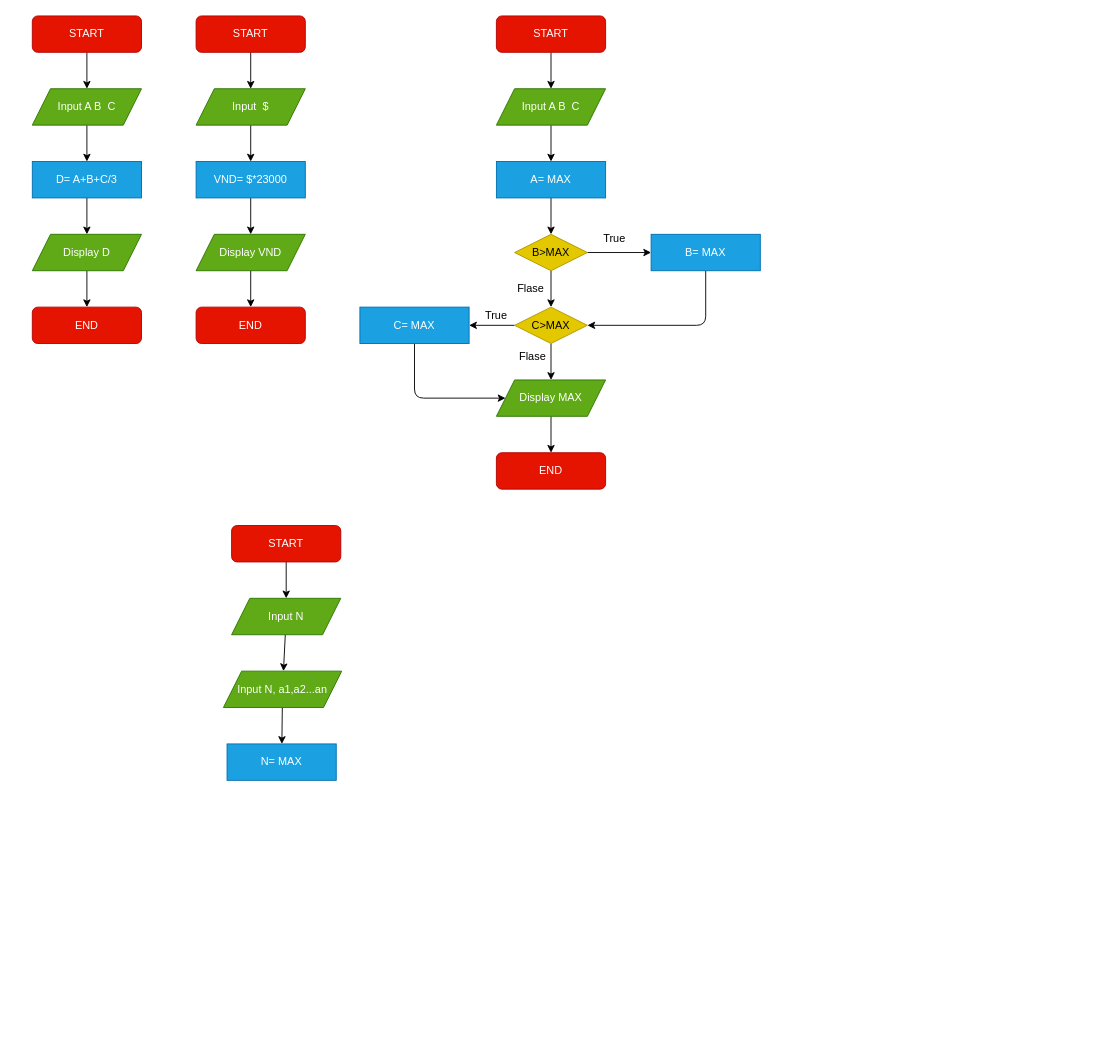
Above: convert.dio in HoangTB/Web-Front-end-Fundamental (draw.io), before the change. Source tidied: cells renumbered, new cells numbered last; positions are measured from the earlier drawing's top-left corner, leaving out a move shared by most shapes. Both pictures are drawn from the tidied source at 91%, with x=0, y=0 at pixel (32, 15).
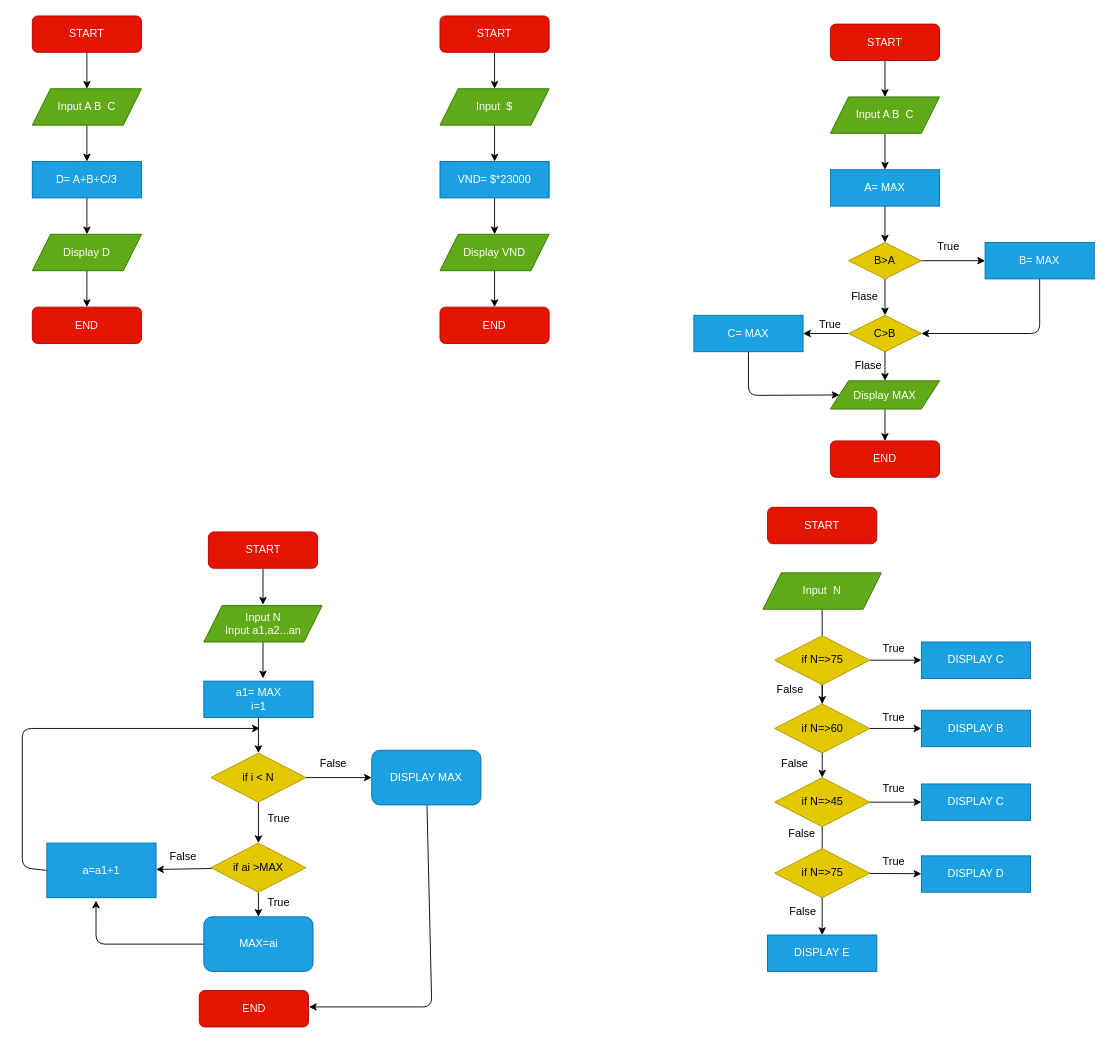
Above is the later version.

What changed in the source:
```diff
@@
     <mxCell id="12" value="START" style="rounded=1;whiteSpace=wrap;html=1;fillColor=#e51400;strokeColor=#B20000;fontColor=#ffffff;" parent="1" vertex="1">
-      <mxGeometry x="180" width="120" height="40" as="geometry" />
+      <mxGeometry x="448" width="120" height="40" as="geometry" />
     </mxCell>
@@
     <mxCell id="14" value="Input&amp;nbsp; $" style="shape=parallelogram;perimeter=parallelogramPerimeter;whiteSpace=wrap;html=1;fixedSize=1;strokeColor=#2D7600;fillColor=#60a917;fontColor=#ffffff;" parent="1" vertex="1">
-      <mxGeometry x="180" y="80" width="120" height="40" as="geometry" />
+      <mxGeometry x="448" y="80" width="120" height="40" as="geometry" />
     </mxCell>
@@
     <mxCell id="16" value="VND= $*23000" style="rounded=0;whiteSpace=wrap;html=1;strokeColor=#006EAF;fillColor=#1ba1e2;fontColor=#ffffff;" parent="1" vertex="1">
-      <mxGeometry x="180" y="160" width="120" height="40" as="geometry" />
+      <mxGeometry x="448" y="160" width="120" height="40" as="geometry" />
     </mxCell>
@@
     <mxCell id="18" value="Display VND" style="shape=parallelogram;perimeter=parallelogramPerimeter;whiteSpace=wrap;html=1;fixedSize=1;strokeColor=#2D7600;fillColor=#60a917;fontColor=#ffffff;" parent="1" vertex="1">
-      <mxGeometry x="180" y="240" width="120" height="40" as="geometry" />
+      <mxGeometry x="448" y="240" width="120" height="40" as="geometry" />
     </mxCell>
     <mxCell id="19" value="END" style="rounded=1;whiteSpace=wrap;html=1;fillColor=#e51400;strokeColor=#B20000;fontColor=#ffffff;" parent="1" vertex="1">
-      <mxGeometry x="180" y="320" width="120" height="40" as="geometry" />
+      <mxGeometry x="448" y="320" width="120" height="40" as="geometry" />
     </mxCell>
@@
     <mxCell id="21" value="START" style="rounded=1;whiteSpace=wrap;html=1;fillColor=#e51400;strokeColor=#B20000;fontColor=#ffffff;" parent="1" vertex="1">
-      <mxGeometry x="510" width="120" height="40" as="geometry" />
+      <mxGeometry x="877" y="9" width="120" height="40" as="geometry" />
     </mxCell>
@@
     <mxCell id="23" value="Input A B&amp;nbsp; C" style="shape=parallelogram;perimeter=parallelogramPerimeter;whiteSpace=wrap;html=1;fixedSize=1;strokeColor=#2D7600;fillColor=#60a917;fontColor=#ffffff;" parent="1" vertex="1">
-      <mxGeometry x="510" y="80" width="120" height="40" as="geometry" />
+      <mxGeometry x="877" y="89" width="120" height="40" as="geometry" />
     </mxCell>
@@
     <mxCell id="25" value="A= MAX" style="rounded=0;whiteSpace=wrap;html=1;strokeColor=#006EAF;fillColor=#1ba1e2;fontColor=#ffffff;" parent="1" vertex="1">
-      <mxGeometry x="510" y="160" width="120" height="40" as="geometry" />
+      <mxGeometry x="877" y="169" width="120" height="40" as="geometry" />
     </mxCell>
@@
-    <mxCell id="28" value="B&amp;gt;MAX" style="rhombus;whiteSpace=wrap;html=1;strokeColor=#B09500;fillColor=#e3c800;fontColor=#000000;" parent="1" vertex="1">
-      <mxGeometry x="530" y="240" width="80" height="40" as="geometry" />
+    <mxCell id="28" value="B&amp;gt;A" style="rhombus;whiteSpace=wrap;html=1;strokeColor=#B09500;fillColor=#e3c800;fontColor=#000000;" parent="1" vertex="1">
+      <mxGeometry x="897" y="249" width="80" height="40" as="geometry" />
     </mxCell>
     <mxCell id="29" style="edgeStyle=none;html=1;entryX=1;entryY=0.5;entryDx=0;entryDy=0;" parent="1" edge="1" source="30" target="34">
       <mxGeometry relative="1" as="geometry">
         <Array as="points">
-          <mxPoint x="740" y="340" />
+          <mxPoint x="1107" y="349" />
         </Array>
       </mxGeometry>
     </mxCell>
     <mxCell id="30" value="B= MAX" style="rounded=0;whiteSpace=wrap;html=1;strokeColor=#006EAF;fillColor=#1ba1e2;fontColor=#ffffff;" parent="1" vertex="1">
-      <mxGeometry x="680" y="240" width="120" height="40" as="geometry" />
+      <mxGeometry x="1047" y="249" width="120" height="40" as="geometry" />
     </mxCell>
     <mxCell id="31" value="True" style="text;html=1;strokeColor=none;fillColor=none;align=center;verticalAlign=middle;whiteSpace=wrap;rounded=0;" parent="1" vertex="1">
-      <mxGeometry x="610" y="230" width="60" height="30" as="geometry" />
+      <mxGeometry x="977" y="239" width="60" height="30" as="geometry" />
     </mxCell>
-    <mxCell id="32" style="edgeStyle=none;html=1;" parent="1" edge="1" source="34" target="37">
-      <mxGeometry relative="1" as="geometry" />
-    </mxCell>
@@
-    <mxCell id="34" value="C&amp;gt;MAX" style="rhombus;whiteSpace=wrap;html=1;strokeColor=#B09500;fillColor=#e3c800;fontColor=#000000;" parent="1" vertex="1">
-      <mxGeometry x="530" y="320" width="80" height="40" as="geometry" />
+    <mxCell id="34" value="C&amp;gt;B" style="rhombus;whiteSpace=wrap;html=1;strokeColor=#B09500;fillColor=#e3c800;fontColor=#000000;" parent="1" vertex="1">
+      <mxGeometry x="897" y="329" width="80" height="40" as="geometry" />
     </mxCell>
     <mxCell id="35" value="Flase" style="text;html=1;strokeColor=none;fillColor=none;align=center;verticalAlign=middle;whiteSpace=wrap;rounded=0;" parent="1" vertex="1">
-      <mxGeometry x="518" y="285" width="60" height="30" as="geometry" />
+      <mxGeometry x="885" y="294" width="60" height="30" as="geometry" />
     </mxCell>
@@
     <mxCell id="37" value="Display MAX" style="shape=parallelogram;perimeter=parallelogramPerimeter;whiteSpace=wrap;html=1;fixedSize=1;strokeColor=#2D7600;fillColor=#60a917;fontColor=#ffffff;" parent="1" vertex="1">
-      <mxGeometry x="510" y="400" width="120" height="40" as="geometry" />
+      <mxGeometry x="877" y="401" width="120" height="31" as="geometry" />
     </mxCell>
-    <mxCell id="38" value="Flase" style="text;html=1;strokeColor=none;fillColor=none;align=center;verticalAlign=middle;whiteSpace=wrap;rounded=0;" parent="1" vertex="1">
-      <mxGeometry x="520" y="360" width="60" height="30" as="geometry" />
-    </mxCell>
     <mxCell id="39" style="edgeStyle=none;html=1;entryX=0;entryY=0.5;entryDx=0;entryDy=0;" parent="1" edge="1" source="40" target="37">
       <mxGeometry relative="1" as="geometry">
         <Array as="points">
-          <mxPoint x="420" y="420" />
+          <mxPoint x="787" y="417" />
         </Array>
       </mxGeometry>
     </mxCell>
     <mxCell id="40" value="C= MAX" style="rounded=0;whiteSpace=wrap;html=1;strokeColor=#006EAF;fillColor=#1ba1e2;fontColor=#ffffff;" parent="1" vertex="1">
-      <mxGeometry x="360" y="320" width="120" height="40" as="geometry" />
+      <mxGeometry x="727" y="329" width="120" height="40" as="geometry" />
     </mxCell>
     <mxCell id="41" value="True" style="text;html=1;strokeColor=none;fillColor=none;align=center;verticalAlign=middle;whiteSpace=wrap;rounded=0;" parent="1" vertex="1">
-      <mxGeometry x="480" y="315" width="60" height="30" as="geometry" />
+      <mxGeometry x="847" y="324" width="60" height="30" as="geometry" />
     </mxCell>
-    <mxCell id="42" style="edgeStyle=none;html=1;" parent="1" edge="1" source="43" target="45">
-      <mxGeometry relative="1" as="geometry" />
+    <mxCell id="42" style="edgeStyle=none;html=1;" parent="1" edge="1" source="43">
+      <mxGeometry relative="1" as="geometry">
+        <mxPoint x="253.5" y="647" as="targetPoint" />
+      </mxGeometry>
     </mxCell>
     <mxCell id="43" value="START" style="rounded=1;whiteSpace=wrap;html=1;fillColor=#e51400;strokeColor=#B20000;fontColor=#ffffff;" parent="1" vertex="1">
-      <mxGeometry x="219" y="560" width="120" height="40" as="geometry" />
+      <mxGeometry x="193.5" y="567" width="120" height="40" as="geometry" />
     </mxCell>
-    <mxCell id="44" style="edgeStyle=none;html=1;" parent="1" edge="1" source="45" target="48">
-      <mxGeometry relative="1" as="geometry" />
-    </mxCell>
-    <mxCell id="45" value="Input N" style="shape=parallelogram;perimeter=parallelogramPerimeter;whiteSpace=wrap;html=1;fixedSize=1;strokeColor=#2D7600;fillColor=#60a917;fontColor=#ffffff;" parent="1" vertex="1">
-      <mxGeometry x="219" y="640" width="120" height="40" as="geometry" />
-    </mxCell>
     <mxCell id="46" value="END" style="rounded=1;whiteSpace=wrap;html=1;fillColor=#e51400;strokeColor=#B20000;fontColor=#ffffff;" parent="1" vertex="1">
-      <mxGeometry x="510" y="480" width="120" height="40" as="geometry" />
+      <mxGeometry x="877" y="467" width="120" height="40" as="geometry" />
     </mxCell>
-    <mxCell id="47" style="edgeStyle=none;html=1;" parent="1" edge="1" source="48" target="49">
-      <mxGeometry relative="1" as="geometry" />
+    <mxCell id="47" style="edgeStyle=none;html=1;" parent="1" edge="1" source="48">
+      <mxGeometry relative="1" as="geometry">
+        <mxPoint x="253.5" y="728" as="targetPoint" />
+      </mxGeometry>
     </mxCell>
-    <mxCell id="48" value="Input N, a1,a2...an" style="shape=parallelogram;perimeter=parallelogramPerimeter;whiteSpace=wrap;html=1;fixedSize=1;strokeColor=#2D7600;fillColor=#60a917;fontColor=#ffffff;" parent="1" vertex="1">
-      <mxGeometry x="210" y="720" width="130" height="40" as="geometry" />
+    <mxCell id="48" value="Input N&lt;br&gt;Input a1,a2...an" style="shape=parallelogram;perimeter=parallelogramPerimeter;whiteSpace=wrap;html=1;fixedSize=1;strokeColor=#2D7600;fillColor=#60a917;fontColor=#ffffff;" parent="1" vertex="1">
+      <mxGeometry x="188.5" y="648" width="130" height="40" as="geometry" />
     </mxCell>
-    <mxCell id="49" value="N= MAX" style="rounded=0;whiteSpace=wrap;html=1;strokeColor=#006EAF;fillColor=#1ba1e2;fontColor=#ffffff;" parent="1" vertex="1">
-      <mxGeometry x="214" y="800" width="120" height="40" as="geometry" />
-    </mxCell>
+    <mxCell id="50" style="edgeStyle=none;html=1;" parent="1" edge="1" target="37">
+      <mxGeometry relative="1" as="geometry">
+        <mxPoint x="937" y="369" as="sourcePoint" />
+      </mxGeometry>
+    </mxCell>
+    <mxCell id="38" value="Flase" style="text;html=1;strokeColor=none;fillColor=none;align=center;verticalAlign=middle;whiteSpace=wrap;rounded=0;" parent="1" vertex="1">
+      <mxGeometry x="889" y="369" width="60" height="30" as="geometry" />
+    </mxCell>
+    <mxCell id="51" style="edgeStyle=none;html=1;" parent="1" edge="1" source="52" target="55">
+      <mxGeometry relative="1" as="geometry" />
+    </mxCell>
+    <mxCell id="52" value="a1= MAX&lt;br&gt;i=1" style="rounded=0;whiteSpace=wrap;html=1;strokeColor=#006EAF;fillColor=#1ba1e2;fontColor=#ffffff;" parent="1" vertex="1">
+      <mxGeometry x="188.5" y="731" width="120" height="40" as="geometry" />
+    </mxCell>
+    <mxCell id="53" style="edgeStyle=none;html=1;" parent="1" edge="1" source="55">
+      <mxGeometry relative="1" as="geometry">
+        <mxPoint x="248.5" y="909" as="targetPoint" />
+      </mxGeometry>
+    </mxCell>
+    <mxCell id="54" style="edgeStyle=none;html=1;" parent="1" edge="1" source="55" target="59">
+      <mxGeometry relative="1" as="geometry" />
+    </mxCell>
+    <mxCell id="55" value="if i &amp;lt; N" style="rhombus;whiteSpace=wrap;html=1;strokeColor=#B09500;fillColor=#e3c800;fontColor=#000000;" parent="1" vertex="1">
+      <mxGeometry x="196.2" y="810" width="104.5" height="54" as="geometry" />
+    </mxCell>
+    <mxCell id="56" style="edgeStyle=none;html=1;exitX=0;exitY=0.5;exitDx=0;exitDy=0;" parent="1" edge="1" source="57">
+      <mxGeometry relative="1" as="geometry">
+        <mxPoint x="250" y="783" as="targetPoint" />
+        <Array as="points">
+          <mxPoint x="-11" y="936" />
+          <mxPoint x="-11" y="783" />
+        </Array>
+      </mxGeometry>
+    </mxCell>
+    <mxCell id="57" value="a=a1+1" style="whiteSpace=wrap;html=1;fillColor=#1ba1e2;strokeColor=#006EAF;fontColor=#ffffff;" parent="1" vertex="1">
+      <mxGeometry x="16" y="909" width="120" height="60" as="geometry" />
+    </mxCell>
+    <mxCell id="58" style="edgeStyle=none;html=1;" parent="1" edge="1" source="59">
+      <mxGeometry relative="1" as="geometry">
+        <mxPoint x="304" y="1089" as="targetPoint" />
+        <Array as="points">
+          <mxPoint x="439" y="1089" />
+        </Array>
+      </mxGeometry>
+    </mxCell>
+    <mxCell id="59" value="DISPLAY MAX" style="rounded=1;whiteSpace=wrap;html=1;fillColor=#1ba1e2;strokeColor=#006EAF;fontColor=#ffffff;" parent="1" vertex="1">
+      <mxGeometry x="373" y="807" width="120" height="60" as="geometry" />
+    </mxCell>
+    <mxCell id="60" value="False" style="text;html=1;strokeColor=none;fillColor=none;align=center;verticalAlign=middle;whiteSpace=wrap;rounded=0;" parent="1" vertex="1">
+      <mxGeometry x="300.8" y="807" width="60" height="30" as="geometry" />
+    </mxCell>
+    <mxCell id="61" value="True" style="text;html=1;strokeColor=none;fillColor=none;align=center;verticalAlign=middle;whiteSpace=wrap;rounded=0;" parent="1" vertex="1">
+      <mxGeometry x="240.8" y="867" width="60" height="30" as="geometry" />
+    </mxCell>
+    <mxCell id="62" style="edgeStyle=none;html=1;" parent="1" edge="1" source="64" target="57">
+      <mxGeometry relative="1" as="geometry" />
+    </mxCell>
+    <mxCell id="63" style="edgeStyle=none;html=1;" parent="1" edge="1" source="64" target="72">
+      <mxGeometry relative="1" as="geometry" />
+    </mxCell>
+    <mxCell id="64" value="if ai &amp;gt;MAX" style="rhombus;whiteSpace=wrap;html=1;strokeColor=#B09500;fillColor=#e3c800;fontColor=#000000;" parent="1" vertex="1">
+      <mxGeometry x="196.2" y="909" width="104.5" height="54" as="geometry" />
+    </mxCell>
+    <mxCell id="65" value="END" style="rounded=1;whiteSpace=wrap;html=1;fillColor=#e51400;strokeColor=#B20000;fontColor=#ffffff;" parent="1" vertex="1">
+      <mxGeometry x="183.5" y="1071" width="120" height="40" as="geometry" />
+    </mxCell>
+    <mxCell id="66" value="START" style="rounded=1;whiteSpace=wrap;html=1;fillColor=#e51400;strokeColor=#B20000;fontColor=#ffffff;" parent="1" vertex="1">
+      <mxGeometry x="808" y="540" width="120" height="40" as="geometry" />
+    </mxCell>
+    <mxCell id="67" style="edgeStyle=none;html=1;" parent="1" edge="1" source="45" target="77">
+      <mxGeometry relative="1" as="geometry" />
+    </mxCell>
+    <mxCell id="45" value="Input&amp;nbsp; N" style="shape=parallelogram;perimeter=parallelogramPerimeter;whiteSpace=wrap;html=1;fixedSize=1;strokeColor=#2D7600;fillColor=#60a917;fontColor=#ffffff;" parent="1" vertex="1">
+      <mxGeometry x="803" y="612" width="130" height="40" as="geometry" />
+    </mxCell>
+    <mxCell id="68" style="edgeStyle=none;html=1;" parent="1" edge="1" source="70" target="81">
+      <mxGeometry relative="1" as="geometry" />
+    </mxCell>
+    <mxCell id="69" style="edgeStyle=none;html=1;" parent="1" edge="1" source="70" target="75">
+      <mxGeometry relative="1" as="geometry" />
+    </mxCell>
+    <mxCell id="70" value="if N=&amp;gt;75" style="rhombus;whiteSpace=wrap;html=1;strokeColor=#B09500;fillColor=#e3c800;fontColor=#000000;" parent="1" vertex="1">
+      <mxGeometry x="815.8" y="681" width="104.5" height="54" as="geometry" />
+    </mxCell>
+    <mxCell id="71" style="edgeStyle=none;html=1;" parent="1" edge="1" source="72">
+      <mxGeometry relative="1" as="geometry">
+        <mxPoint x="70" y="972" as="targetPoint" />
+        <Array as="points">
+          <mxPoint x="70" y="1020" />
+        </Array>
+      </mxGeometry>
+    </mxCell>
+    <mxCell id="72" value="MAX=ai" style="rounded=1;whiteSpace=wrap;html=1;fillColor=#1ba1e2;strokeColor=#006EAF;fontColor=#ffffff;" parent="1" vertex="1">
+      <mxGeometry x="188.5" y="990" width="120" height="60" as="geometry" />
+    </mxCell>
+    <mxCell id="73" value="True" style="text;html=1;strokeColor=none;fillColor=none;align=center;verticalAlign=middle;whiteSpace=wrap;rounded=0;" parent="1" vertex="1">
+      <mxGeometry x="240.8" y="960" width="60" height="30" as="geometry" />
+    </mxCell>
+    <mxCell id="74" value="False" style="text;html=1;strokeColor=none;fillColor=none;align=center;verticalAlign=middle;whiteSpace=wrap;rounded=0;" parent="1" vertex="1">
+      <mxGeometry x="136.2" y="909" width="60" height="30" as="geometry" />
+    </mxCell>
+    <mxCell id="75" value="DISPLAY C" style="rounded=0;whiteSpace=wrap;html=1;strokeColor=#006EAF;fillColor=#1ba1e2;fontColor=#ffffff;" parent="1" vertex="1">
+      <mxGeometry x="977" y="688" width="120" height="40" as="geometry" />
+    </mxCell>
+    <mxCell id="76" style="edgeStyle=none;html=1;" parent="1" edge="1" source="77" target="78">
+      <mxGeometry relative="1" as="geometry" />
+    </mxCell>
+    <mxCell id="77" value="if N=&amp;gt;60" style="rhombus;whiteSpace=wrap;html=1;strokeColor=#B09500;fillColor=#e3c800;fontColor=#000000;" parent="1" vertex="1">
+      <mxGeometry x="815.8" y="756" width="104.5" height="54" as="geometry" />
+    </mxCell>
+    <mxCell id="78" value="DISPLAY B" style="rounded=0;whiteSpace=wrap;html=1;strokeColor=#006EAF;fillColor=#1ba1e2;fontColor=#ffffff;" parent="1" vertex="1">
+      <mxGeometry x="977" y="763" width="120" height="40" as="geometry" />
+    </mxCell>
+    <mxCell id="79" style="edgeStyle=none;html=1;" parent="1" edge="1" source="81" target="86">
+      <mxGeometry relative="1" as="geometry" />
+    </mxCell>
+    <mxCell id="80" style="edgeStyle=none;html=1;" parent="1" edge="1" source="81" target="82">
+      <mxGeometry relative="1" as="geometry" />
+    </mxCell>
+    <mxCell id="81" value="if N=&amp;gt;45" style="rhombus;whiteSpace=wrap;html=1;strokeColor=#B09500;fillColor=#e3c800;fontColor=#000000;" parent="1" vertex="1">
+      <mxGeometry x="815.8" y="837" width="104.5" height="54" as="geometry" />
+    </mxCell>
+    <mxCell id="82" value="DISPLAY C" style="rounded=0;whiteSpace=wrap;html=1;strokeColor=#006EAF;fillColor=#1ba1e2;fontColor=#ffffff;" parent="1" vertex="1">
+      <mxGeometry x="977" y="844" width="120" height="40" as="geometry" />
+    </mxCell>
+    <mxCell id="83" style="edgeStyle=none;html=1;" parent="1" edge="1" source="84" target="85">
+      <mxGeometry relative="1" as="geometry" />
+    </mxCell>
+    <mxCell id="84" value="if N=&amp;gt;75" style="rhombus;whiteSpace=wrap;html=1;strokeColor=#B09500;fillColor=#e3c800;fontColor=#000000;" parent="1" vertex="1">
+      <mxGeometry x="815.8" y="915" width="104.5" height="54" as="geometry" />
+    </mxCell>
+    <mxCell id="85" value="DISPLAY D" style="rounded=0;whiteSpace=wrap;html=1;strokeColor=#006EAF;fillColor=#1ba1e2;fontColor=#ffffff;" parent="1" vertex="1">
+      <mxGeometry x="977" y="923" width="120" height="40" as="geometry" />
+    </mxCell>
+    <mxCell id="86" value="DISPLAY E" style="rounded=0;whiteSpace=wrap;html=1;strokeColor=#006EAF;fillColor=#1ba1e2;fontColor=#ffffff;" parent="1" vertex="1">
+      <mxGeometry x="808" y="1010" width="120" height="40" as="geometry" />
+    </mxCell>
+    <mxCell id="87" value="True" style="text;html=1;strokeColor=none;fillColor=none;align=center;verticalAlign=middle;whiteSpace=wrap;rounded=0;" parent="1" vertex="1">
+      <mxGeometry x="917" y="681" width="60" height="30" as="geometry" />
+    </mxCell>
+    <mxCell id="88" value="True" style="text;html=1;strokeColor=none;fillColor=none;align=center;verticalAlign=middle;whiteSpace=wrap;rounded=0;" parent="1" vertex="1">
+      <mxGeometry x="917" y="756" width="60" height="30" as="geometry" />
+    </mxCell>
+    <mxCell id="89" value="True" style="text;html=1;strokeColor=none;fillColor=none;align=center;verticalAlign=middle;whiteSpace=wrap;rounded=0;" parent="1" vertex="1">
+      <mxGeometry x="917" y="834" width="60" height="30" as="geometry" />
+    </mxCell>
+    <mxCell id="90" value="True" style="text;html=1;strokeColor=none;fillColor=none;align=center;verticalAlign=middle;whiteSpace=wrap;rounded=0;" parent="1" vertex="1">
+      <mxGeometry x="917" y="915" width="60" height="30" as="geometry" />
+    </mxCell>
+    <mxCell id="91" value="False" style="text;html=1;strokeColor=none;fillColor=none;align=center;verticalAlign=middle;whiteSpace=wrap;rounded=0;" parent="1" vertex="1">
+      <mxGeometry x="803" y="726" width="60" height="30" as="geometry" />
+    </mxCell>
+    <mxCell id="92" value="False" style="text;html=1;strokeColor=none;fillColor=none;align=center;verticalAlign=middle;whiteSpace=wrap;rounded=0;" parent="1" vertex="1">
+      <mxGeometry x="808" y="807" width="60" height="30" as="geometry" />
+    </mxCell>
+    <mxCell id="93" value="False" style="text;html=1;strokeColor=none;fillColor=none;align=center;verticalAlign=middle;whiteSpace=wrap;rounded=0;" parent="1" vertex="1">
+      <mxGeometry x="815.8" y="884" width="60" height="30" as="geometry" />
+    </mxCell>
+    <mxCell id="94" value="False" style="text;html=1;strokeColor=none;fillColor=none;align=center;verticalAlign=middle;whiteSpace=wrap;rounded=0;" parent="1" vertex="1">
+      <mxGeometry x="817" y="969" width="60" height="30" as="geometry" />
+    </mxCell>
```
